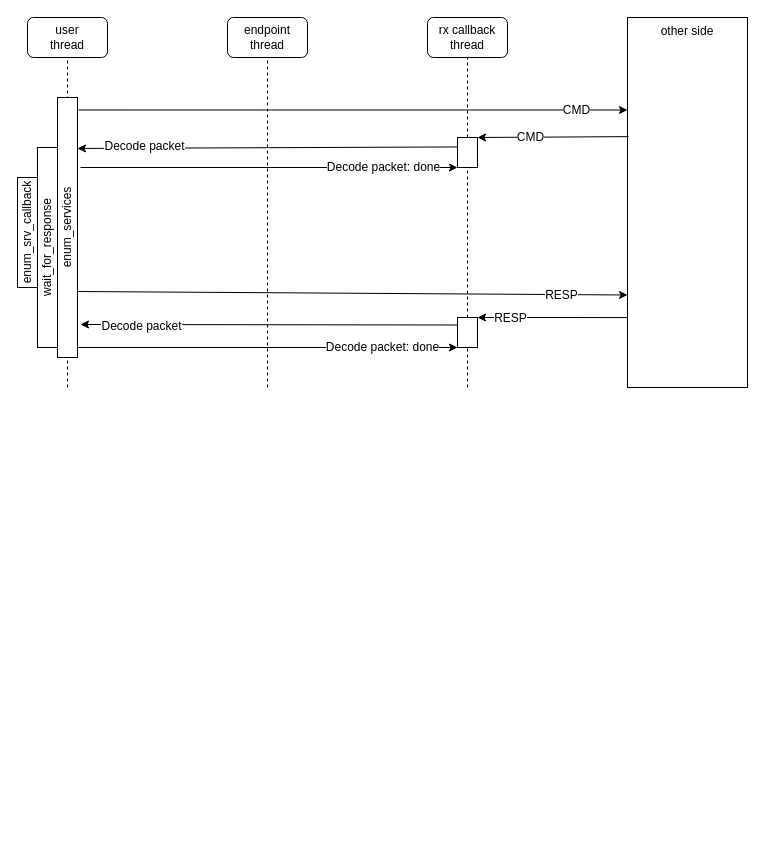
The draw.io diagram No memory copy concept.drawio in doki-nordic/draw.io, before the edit. Source tidied: cells renumbered, new cells numbered last; positions are measured from the earlier drawing's top-left corner, leaving out a move shared by most shapes. Both pictures are drawn from the tidied source at 100%, with x=0, y=0 at pixel (17, 17).
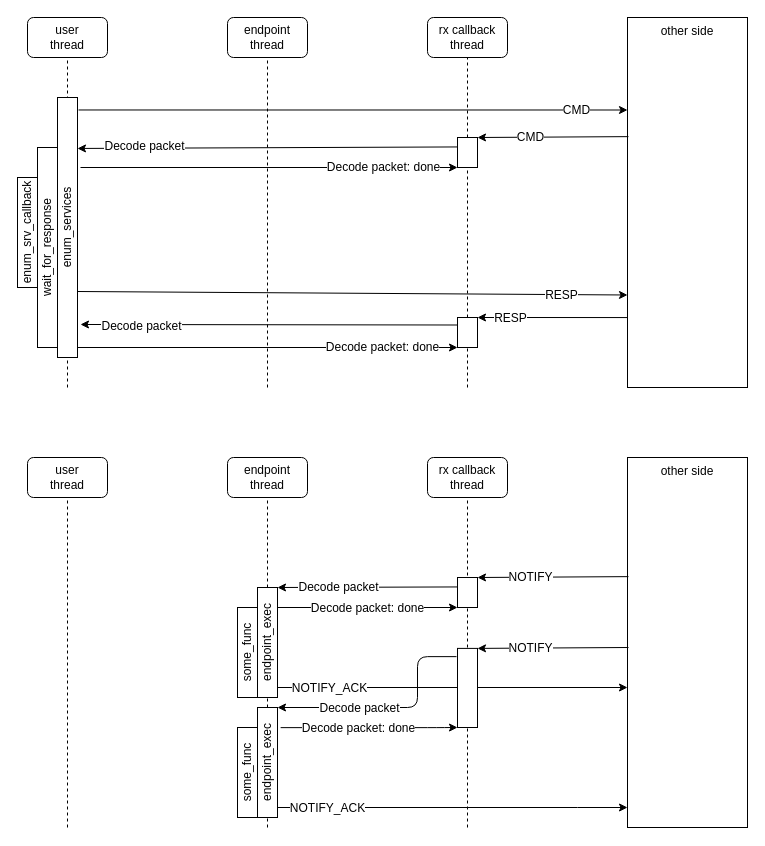
The same page after the edit.

Diff of the diagram source:
```diff
@@
+    <mxCell id="32" value="user&lt;br&gt;thread" style="rounded=1;whiteSpace=wrap;html=1;" parent="1" vertex="1">
+      <mxGeometry x="10" y="440" width="80" height="40" as="geometry" />
+    </mxCell>
+    <mxCell id="33" value="endpoint&lt;br&gt;thread" style="rounded=1;whiteSpace=wrap;html=1;" parent="1" vertex="1">
+      <mxGeometry x="210" y="440" width="80" height="40" as="geometry" />
+    </mxCell>
+    <mxCell id="34" value="rx callback&lt;br&gt;thread" style="rounded=1;whiteSpace=wrap;html=1;" parent="1" vertex="1">
+      <mxGeometry x="410" y="440" width="80" height="40" as="geometry" />
+    </mxCell>
+    <mxCell id="35" value="other side" style="rounded=0;whiteSpace=wrap;html=1;verticalAlign=top;" parent="1" vertex="1">
+      <mxGeometry x="610" y="440" width="120" height="370" as="geometry" />
+    </mxCell>
+    <mxCell id="36" style="endArrow=none;dashed=1;html=1;entryX=0.5;entryY=1;entryDx=0;entryDy=0;" parent="1" edge="1" target="32">
+      <mxGeometry relative="1" as="geometry">
+        <mxPoint x="50" y="810" as="sourcePoint" />
+      </mxGeometry>
+    </mxCell>
+    <mxCell id="37" style="endArrow=none;dashed=1;html=1;entryX=0.5;entryY=1;entryDx=0;entryDy=0;" parent="1" edge="1" target="33">
+      <mxGeometry relative="1" as="geometry">
+        <mxPoint x="250" y="810" as="sourcePoint" />
+      </mxGeometry>
+    </mxCell>
+    <mxCell id="38" style="endArrow=none;dashed=1;html=1;entryX=0.5;entryY=1;entryDx=0;entryDy=0;" parent="1" edge="1" target="34">
+      <mxGeometry relative="1" as="geometry">
+        <mxPoint x="450" y="810" as="sourcePoint" />
+      </mxGeometry>
+    </mxCell>
+    <mxCell id="39" style="edgeStyle=elbowEdgeStyle;rounded=0;jettySize=auto;html=1;" parent="1" edge="1" source="41" target="35">
+      <mxGeometry relative="1" as="geometry">
+        <Array as="points">
+          <mxPoint x="340" y="670" />
+        </Array>
+      </mxGeometry>
+    </mxCell>
+    <mxCell id="40" value="NOTIFY_ACK" style="text;html=1;align=center;verticalAlign=middle;labelBackgroundColor=#ffffff;" parent="39" vertex="1">
+      <mxGeometry x="-0.54" y="49" relative="1" as="geometry">
+        <mxPoint x="-30" y="49.4" as="offset" />
+      </mxGeometry>
+    </mxCell>
+    <mxCell id="41" value="endpoint_exec" style="rounded=0;whiteSpace=wrap;html=1;horizontal=0;" parent="1" vertex="1">
+      <mxGeometry x="240" y="570" width="20" height="110" as="geometry" />
+    </mxCell>
+    <mxCell id="42" style="endArrow=classic;html=1;entryX=1;entryY=0;entryDx=0;entryDy=0;exitX=0.008;exitY=0.322;exitDx=0;exitDy=0;exitPerimeter=0;" parent="1" edge="1" source="35" target="44">
+      <mxGeometry relative="1" as="geometry" />
+    </mxCell>
+    <mxCell id="43" value="NOTIFY" style="text;html=1;align=center;verticalAlign=middle;labelBackgroundColor=#ffffff;" parent="42" vertex="1">
+      <mxGeometry x="-0.31" y="2" relative="1" as="geometry">
+        <mxPoint x="-46.9" y="-2" as="offset" />
+      </mxGeometry>
+    </mxCell>
+    <mxCell id="44" style="rounded=0;whiteSpace=wrap;html=1;" parent="1" vertex="1">
+      <mxGeometry x="440" y="560" width="20" height="30" as="geometry" />
+    </mxCell>
+    <mxCell id="45" style="endArrow=classic;html=1;exitX=-0.003;exitY=0.315;exitDx=0;exitDy=0;exitPerimeter=0;entryX=1;entryY=0;entryDx=0;entryDy=0;" parent="1" edge="1" source="44" target="41">
+      <mxGeometry relative="1" as="geometry" />
+    </mxCell>
+    <mxCell id="46" value="Decode packet" style="text;html=1;align=center;verticalAlign=middle;labelBackgroundColor=#ffffff;" parent="45" vertex="1">
+      <mxGeometry x="0.65" y="-2" relative="1" as="geometry">
+        <mxPoint x="28.4" y="1.3" as="offset" />
+      </mxGeometry>
+    </mxCell>
+    <mxCell id="47" style="endArrow=classic;html=1;entryX=0;entryY=1;entryDx=0;entryDy=0;" parent="1" edge="1" target="44">
+      <mxGeometry relative="1" as="geometry">
+        <mxPoint x="260" y="590" as="sourcePoint" />
+      </mxGeometry>
+    </mxCell>
+    <mxCell id="48" value="Decode packet: done" style="text;html=1;align=center;verticalAlign=middle;labelBackgroundColor=#ffffff;" parent="47" vertex="1">
+      <mxGeometry x="0.6" y="1" relative="1" as="geometry">
+        <mxPoint x="-54.1" y="1" as="offset" />
+      </mxGeometry>
+    </mxCell>
+    <mxCell id="49" style="endArrow=classic;html=1;entryX=1;entryY=0;entryDx=0;entryDy=0;exitX=0.008;exitY=0.322;exitDx=0;exitDy=0;exitPerimeter=0;" parent="1" edge="1" target="51">
+      <mxGeometry relative="1" as="geometry">
+        <mxPoint x="611" y="630" as="sourcePoint" />
+      </mxGeometry>
+    </mxCell>
+    <mxCell id="50" value="NOTIFY" style="text;html=1;align=center;verticalAlign=middle;labelBackgroundColor=#ffffff;" parent="49" vertex="1">
+      <mxGeometry x="-0.31" y="2" relative="1" as="geometry">
+        <mxPoint x="-46.9" y="-2" as="offset" />
+      </mxGeometry>
+    </mxCell>
+    <mxCell id="51" style="rounded=0;whiteSpace=wrap;html=1;" parent="1" vertex="1">
+      <mxGeometry x="440" y="630.9" width="20" height="79.1" as="geometry" />
+    </mxCell>
+    <mxCell id="52" style="endArrow=classic;html=1;exitX=-0.05;exitY=0.104;exitDx=0;exitDy=0;exitPerimeter=0;entryX=1;entryY=0;entryDx=0;entryDy=0;edgeStyle=elbowEdgeStyle;" parent="1" edge="1" source="51" target="59">
+      <mxGeometry relative="1" as="geometry">
+        <Array as="points">
+          <mxPoint x="400" y="670" />
+        </Array>
+      </mxGeometry>
+    </mxCell>
+    <mxCell id="53" value="Decode packet" style="text;html=1;align=center;verticalAlign=middle;labelBackgroundColor=#ffffff;" parent="52" vertex="1">
+      <mxGeometry x="0.65" y="-2" relative="1" as="geometry">
+        <mxPoint x="41.7" y="2" as="offset" />
+      </mxGeometry>
+    </mxCell>
+    <mxCell id="54" style="endArrow=classic;html=1;entryX=0;entryY=1;entryDx=0;entryDy=0;exitX=1.157;exitY=0.183;exitDx=0;exitDy=0;exitPerimeter=0;edgeStyle=elbowEdgeStyle;" parent="1" edge="1" source="59" target="51">
+      <mxGeometry relative="1" as="geometry">
+        <Array as="points">
+          <mxPoint x="420" y="690" />
+        </Array>
+      </mxGeometry>
+    </mxCell>
+    <mxCell id="55" value="Decode packet: done" style="text;html=1;align=center;verticalAlign=middle;labelBackgroundColor=#ffffff;" parent="54" vertex="1">
+      <mxGeometry x="0.6" y="1" relative="1" as="geometry">
+        <mxPoint x="-64.5" y="0.9" as="offset" />
+      </mxGeometry>
+    </mxCell>
+    <mxCell id="56" value="some_func" style="rounded=0;whiteSpace=wrap;html=1;horizontal=0;" parent="1" vertex="1">
+      <mxGeometry x="220" y="590" width="20" height="90" as="geometry" />
+    </mxCell>
+    <mxCell id="57" style="edgeStyle=elbowEdgeStyle;rounded=0;jettySize=auto;html=1;" parent="1" edge="1" source="59" target="35">
+      <mxGeometry relative="1" as="geometry">
+        <Array as="points">
+          <mxPoint x="560" y="790" />
+        </Array>
+      </mxGeometry>
+    </mxCell>
+    <mxCell id="58" value="NOTIFY_ACK" style="text;html=1;align=center;verticalAlign=middle;labelBackgroundColor=#ffffff;" parent="57" vertex="1">
+      <mxGeometry x="0.71" y="254" relative="1" as="geometry">
+        <mxPoint x="-250" y="254" as="offset" />
+      </mxGeometry>
+    </mxCell>
+    <mxCell id="59" value="endpoint_exec" style="rounded=0;whiteSpace=wrap;html=1;horizontal=0;" parent="1" vertex="1">
+      <mxGeometry x="240" y="690" width="20" height="110" as="geometry" />
+    </mxCell>
+    <mxCell id="60" value="some_func" style="rounded=0;whiteSpace=wrap;html=1;horizontal=0;" parent="1" vertex="1">
+      <mxGeometry x="220" y="710" width="20" height="90" as="geometry" />
+    </mxCell>
```
